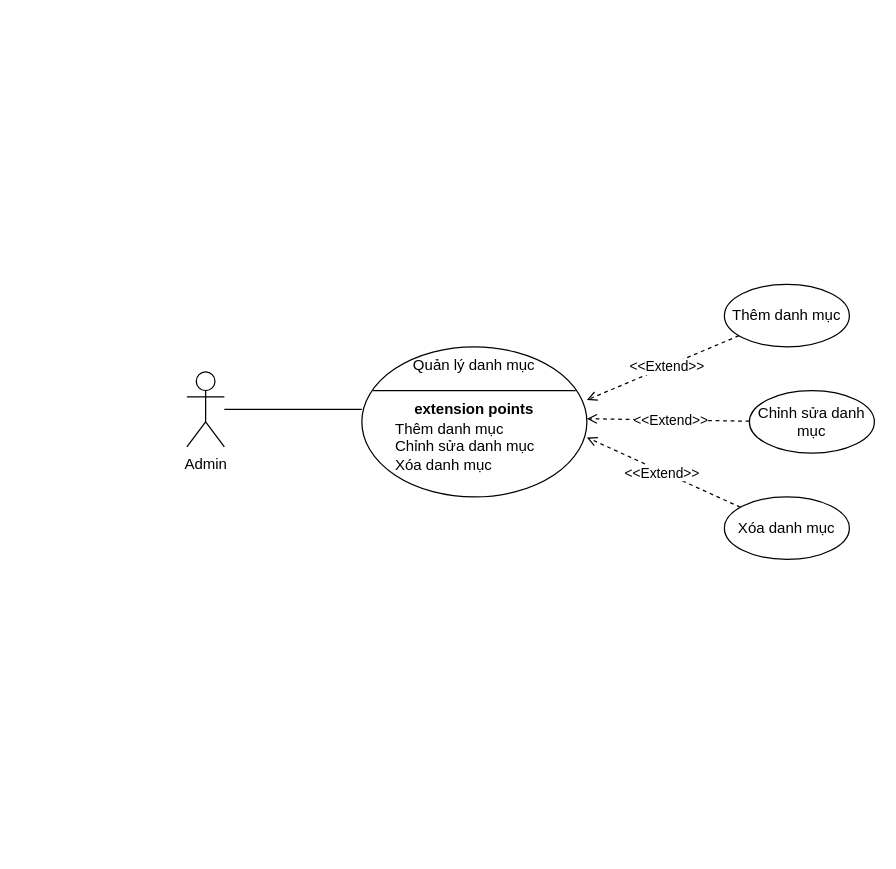
Before: page "QuanLySach-DanhMuc" (5 of 6) of usecase.drawio in QuangHuy2201/FinalProject-Diagrams, a draw.io diagram. Source tidied: cells renumbered, new cells numbered last; positions are measured from the earlier drawing's top-left corner, leaving out a move shared by most shapes. Both pictures are drawn from the tidied source at 125%, with x=0, y=0 at pixel (186, 284).
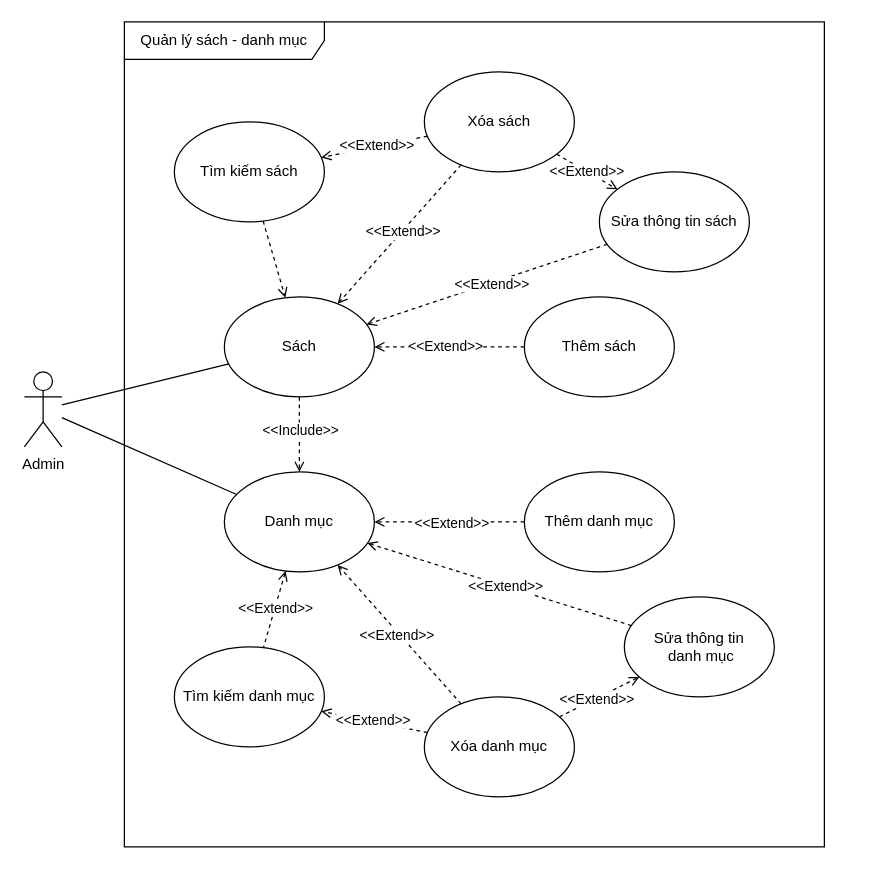
Above is the later version.

Diff of the diagram source:
```diff
@@
-    <mxCell id="2" style="rounded=0;jettySize=auto;html=1;entryX=0;entryY=0.5;entryDx=0;entryDy=0;endArrow=none;endFill=0;" parent="1" edge="1" source="3" target="7">
-      <mxGeometry relative="1" as="geometry" />
-    </mxCell>
     <mxCell id="3" value="Admin" style="shape=umlActor;verticalLabelPosition=bottom;verticalAlign=top;html=1;outlineConnect=0;" parent="1" vertex="1">
-      <mxGeometry y="70" width="30" height="60" as="geometry" />
+      <mxGeometry x="-130" y="70" width="30" height="60" as="geometry" />
     </mxCell>
-    <mxCell id="4" style="shape=ellipse;horizontal=1;html=1;dashed=0;" parent="1" vertex="1">
-      <mxGeometry x="140" y="50" width="180" height="120" as="geometry" />
-    </mxCell>
-    <mxCell id="5" value="Quản lý danh mục" style="html=1;strokeColor=none;fillColor=none;align=center;verticalAlign=middle;whiteSpace=wrap;" parent="4" vertex="1">
-      <mxGeometry width="180" height="30" as="geometry" />
-    </mxCell>
-    <mxCell id="6" style="line;strokeWidth=1;fillColor=none;labelPosition=right;dashed=0;" parent="4" vertex="1">
-      <mxGeometry x="9" y="30" width="162" height="10" as="geometry" />
-    </mxCell>
-    <mxCell id="7" value="extension points" style="text;html=1;align=center;verticalAlign=middle;fillColor=none;strokeColor=none;whiteSpace=wrap;fontStyle=1;" parent="4" vertex="1">
-      <mxGeometry y="35" width="180" height="30" as="geometry" />
-    </mxCell>
-    <mxCell id="8" value="Thêm danh mục&lt;div&gt;Chỉnh sửa danh mục&lt;/div&gt;&lt;div&gt;Xóa danh mục&lt;/div&gt;" style="text;html=1;align=left;verticalAlign=middle;spacingLeft=25;fillColor=none;strokeColor=none;whiteSpace=wrap;" parent="4" vertex="1">
-      <mxGeometry y="65" width="180" height="30" as="geometry" />
-    </mxCell>
-    <mxCell id="9" style="rounded=0;jettySize=auto;html=1;entryX=1;entryY=0.25;entryDx=0;entryDy=0;endArrow=open;endFill=0;dashed=1;" parent="1" edge="1" source="11" target="7">
-      <mxGeometry relative="1" as="geometry" />
-    </mxCell>
-    <mxCell id="10" value="&amp;lt;&amp;lt;Extend&amp;gt;&amp;gt;" style="edgeLabel;html=1;align=center;verticalAlign=middle;" parent="9" vertex="1">
-      <mxGeometry x="-0.04" relative="1" as="geometry" />
-    </mxCell>
+    <mxCell id="18" style="rounded=0;jettySize=auto;html=1;endArrow=none;endFill=0;" parent="1" edge="1" source="21" target="3">
+      <mxGeometry relative="1" as="geometry" />
+    </mxCell>
+    <mxCell id="19" style="rounded=0;jettySize=auto;html=1;dashed=1;endArrow=open;endFill=0;" parent="1" edge="1" source="21" target="25">
+      <mxGeometry relative="1" as="geometry" />
+    </mxCell>
+    <mxCell id="20" value="&amp;lt;&amp;lt;Include&amp;gt;&amp;gt;" style="edgeLabel;html=1;align=center;verticalAlign=middle;" parent="19" vertex="1">
+      <mxGeometry x="-0.13" relative="1" as="geometry" />
+    </mxCell>
+    <mxCell id="21" value="Sách" style="ellipse;whiteSpace=wrap;html=1;" parent="1" vertex="1">
+      <mxGeometry x="30" y="10" width="120" height="80" as="geometry" />
+    </mxCell>
+    <mxCell id="22" style="rounded=0;jettySize=auto;html=1;endArrow=none;endFill=0;" parent="1" edge="1" source="25" target="3">
+      <mxGeometry relative="1" as="geometry" />
+    </mxCell>
+    <mxCell id="23" style="rounded=0;jettySize=auto;html=1;dashed=1;endArrow=none;endFill=0;startArrow=open;startFill=0;" parent="1" edge="1" source="25" target="26">
+      <mxGeometry relative="1" as="geometry" />
+    </mxCell>
+    <mxCell id="24" value="&amp;lt;&amp;lt;Extend&amp;gt;&amp;gt;" style="edgeLabel;html=1;align=center;verticalAlign=middle;" parent="23" vertex="1">
+      <mxGeometry x="-0.05" relative="1" as="geometry" />
+    </mxCell>
+    <mxCell id="25" value="Danh mục" style="ellipse;whiteSpace=wrap;html=1;" parent="1" vertex="1">
+      <mxGeometry x="30" y="150" width="120" height="80" as="geometry" />
+    </mxCell>
+    <mxCell id="26" value="Tìm kiếm danh mục" style="ellipse;whiteSpace=wrap;html=1;" parent="1" vertex="1">
+      <mxGeometry x="-10" y="290" width="120" height="80" as="geometry" />
+    </mxCell>
+    <mxCell id="27" style="rounded=0;jettySize=auto;html=1;dashed=1;endArrow=open;endFill=0;" parent="1" edge="1" source="29" target="25">
+      <mxGeometry relative="1" as="geometry" />
+    </mxCell>
+    <mxCell id="28" value="&amp;lt;&amp;lt;Extend&amp;gt;&amp;gt;" style="edgeLabel;html=1;align=center;verticalAlign=middle;" parent="27" vertex="1">
+      <mxGeometry x="-0.04" relative="1" as="geometry" />
+    </mxCell>
+    <mxCell id="29" value="Sửa thông tin&lt;div&gt;&amp;nbsp;danh mục&lt;/div&gt;" style="ellipse;whiteSpace=wrap;html=1;" parent="1" vertex="1">
+      <mxGeometry x="350" y="250" width="120" height="80" as="geometry" />
+    </mxCell>
+    <mxCell id="30" style="rounded=0;jettySize=auto;html=1;dashed=1;endArrow=open;endFill=0;" parent="1" edge="1" source="17" target="26">
+      <mxGeometry relative="1" as="geometry" />
+    </mxCell>
+    <mxCell id="31" value="&amp;lt;&amp;lt;Extend&amp;gt;&amp;gt;" style="edgeLabel;html=1;align=center;verticalAlign=middle;" parent="30" vertex="1">
+      <mxGeometry x="0.04" y="-1" relative="1" as="geometry" />
+    </mxCell>
+    <mxCell id="32" style="rounded=0;jettySize=auto;html=1;dashed=1;endArrow=open;endFill=0;" parent="1" edge="1" source="17" target="29">
+      <mxGeometry relative="1" as="geometry" />
+    </mxCell>
+    <mxCell id="33" value="&amp;lt;&amp;lt;Extend&amp;gt;&amp;gt;" style="edgeLabel;html=1;align=center;verticalAlign=middle;" parent="32" vertex="1">
+      <mxGeometry x="-0.09" relative="1" as="geometry" />
+    </mxCell>
+    <mxCell id="34" style="rounded=0;jettySize=auto;html=1;dashed=1;endArrow=open;endFill=0;" parent="1" edge="1" source="17" target="25">
+      <mxGeometry relative="1" as="geometry" />
+    </mxCell>
+    <mxCell id="35" value="&amp;lt;&amp;lt;Extend&amp;gt;&amp;gt;" style="edgeLabel;html=1;align=center;verticalAlign=middle;" parent="34" vertex="1">
+      <mxGeometry x="0.02" y="2" relative="1" as="geometry" />
+    </mxCell>
+    <mxCell id="17" value="Xóa danh mục" style="ellipse;whiteSpace=wrap;html=1;" parent="1" vertex="1">
+      <mxGeometry x="190" y="330" width="120" height="80" as="geometry" />
+    </mxCell>
+    <mxCell id="36" style="rounded=0;jettySize=auto;html=1;dashed=1;endArrow=open;endFill=0;" parent="1" edge="1" source="11" target="25">
+      <mxGeometry relative="1" as="geometry" />
+    </mxCell>
+    <mxCell id="37" value="&amp;lt;&amp;lt;Extend&amp;gt;&amp;gt;" style="edgeLabel;html=1;align=center;verticalAlign=middle;" parent="36" vertex="1">
+      <mxGeometry x="-0.02" relative="1" as="geometry" />
+    </mxCell>
     <mxCell id="11" value="Thêm danh mục" style="ellipse;whiteSpace=wrap;html=1;" parent="1" vertex="1">
-      <mxGeometry x="430" width="100" height="50" as="geometry" />
+      <mxGeometry x="270" y="150" width="120" height="80" as="geometry" />
     </mxCell>
-    <mxCell id="12" style="rounded=0;jettySize=auto;html=1;entryX=1;entryY=0.75;entryDx=0;entryDy=0;dashed=1;endArrow=open;endFill=0;" parent="1" edge="1" source="14" target="7">
-      <mxGeometry relative="1" as="geometry" />
-    </mxCell>
-    <mxCell id="13" value="&amp;lt;&amp;lt;Extend&amp;gt;&amp;gt;" style="edgeLabel;html=1;align=center;verticalAlign=middle;" parent="12" vertex="1">
-      <mxGeometry x="-0.02" relative="1" as="geometry" />
-    </mxCell>
-    <mxCell id="14" value="Chỉnh sửa danh mục" style="ellipse;whiteSpace=wrap;html=1;" parent="1" vertex="1">
-      <mxGeometry x="450" y="85" width="100" height="50" as="geometry" />
-    </mxCell>
-    <mxCell id="15" style="rounded=0;jettySize=auto;html=1;entryX=1;entryY=0.25;entryDx=0;entryDy=0;endArrow=open;endFill=0;dashed=1;" parent="1" edge="1" source="17" target="8">
-      <mxGeometry relative="1" as="geometry" />
-    </mxCell>
-    <mxCell id="16" value="&amp;lt;&amp;lt;Extend&amp;gt;&amp;gt;" style="edgeLabel;html=1;align=center;verticalAlign=middle;" parent="15" vertex="1">
-      <mxGeometry x="0.02" y="1" relative="1" as="geometry" />
-    </mxCell>
-    <mxCell id="17" value="Xóa danh mục" style="ellipse;whiteSpace=wrap;html=1;" parent="1" vertex="1">
-      <mxGeometry x="430" y="170" width="100" height="50" as="geometry" />
-    </mxCell>
+    <mxCell id="38" style="rounded=0;jettySize=auto;html=1;dashed=1;endArrow=open;endFill=0;" parent="1" edge="1" source="39" target="21">
+      <mxGeometry relative="1" as="geometry" />
+    </mxCell>
+    <mxCell id="39" value="Tìm kiếm sách" style="ellipse;whiteSpace=wrap;html=1;" parent="1" vertex="1">
+      <mxGeometry x="-10" y="-130" width="120" height="80" as="geometry" />
+    </mxCell>
+    <mxCell id="40" style="rounded=0;jettySize=auto;html=1;dashed=1;endArrow=open;endFill=0;" parent="1" edge="1" source="42" target="21">
+      <mxGeometry relative="1" as="geometry" />
+    </mxCell>
+    <mxCell id="41" value="&amp;lt;&amp;lt;Extend&amp;gt;&amp;gt;" style="edgeLabel;html=1;align=center;verticalAlign=middle;" parent="40" vertex="1">
+      <mxGeometry x="0.06" y="-1" relative="1" as="geometry" />
+    </mxCell>
+    <mxCell id="42" value="Thêm sách" style="ellipse;whiteSpace=wrap;html=1;" parent="1" vertex="1">
+      <mxGeometry x="270" y="10" width="120" height="80" as="geometry" />
+    </mxCell>
+    <mxCell id="43" style="rounded=0;jettySize=auto;html=1;dashed=1;endArrow=open;endFill=0;" parent="1" edge="1" source="45" target="21">
+      <mxGeometry relative="1" as="geometry" />
+    </mxCell>
+    <mxCell id="44" value="&amp;lt;&amp;lt;Extend&amp;gt;&amp;gt;" style="edgeLabel;html=1;align=center;verticalAlign=middle;" parent="43" vertex="1">
+      <mxGeometry x="-0.03" y="1" relative="1" as="geometry" />
+    </mxCell>
+    <mxCell id="45" value="Sửa thông tin sách" style="ellipse;whiteSpace=wrap;html=1;" parent="1" vertex="1">
+      <mxGeometry x="330" y="-90" width="120" height="80" as="geometry" />
+    </mxCell>
+    <mxCell id="46" style="rounded=0;jettySize=auto;html=1;dashed=1;endArrow=open;endFill=0;" parent="1" edge="1" source="51" target="21">
+      <mxGeometry relative="1" as="geometry" />
+    </mxCell>
+    <mxCell id="47" value="&amp;lt;&amp;lt;Extend&amp;gt;&amp;gt;" style="edgeLabel;html=1;align=center;verticalAlign=middle;" parent="46" vertex="1">
+      <mxGeometry x="-0.04" relative="1" as="geometry" />
+    </mxCell>
+    <mxCell id="48" value="&amp;lt;&amp;lt;Extend&amp;gt;&amp;gt;" style="rounded=0;jettySize=auto;html=1;dashed=1;endArrow=open;endFill=0;" parent="1" edge="1" source="51" target="45">
+      <mxGeometry relative="1" as="geometry" />
+    </mxCell>
+    <mxCell id="49" style="rounded=0;jettySize=auto;html=1;endArrow=open;endFill=0;dashed=1;" parent="1" edge="1" source="51" target="39">
+      <mxGeometry relative="1" as="geometry" />
+    </mxCell>
+    <mxCell id="50" value="&amp;lt;&amp;lt;Extend&amp;gt;&amp;gt;" style="edgeLabel;html=1;align=center;verticalAlign=middle;" parent="49" vertex="1">
+      <mxGeometry x="-0.03" y="-1" relative="1" as="geometry" />
+    </mxCell>
+    <mxCell id="51" value="Xóa sách" style="ellipse;whiteSpace=wrap;html=1;" parent="1" vertex="1">
+      <mxGeometry x="190" y="-170" width="120" height="80" as="geometry" />
+    </mxCell>
+    <mxCell id="52" value="Quản lý sách - danh mục" style="shape=umlFrame;whiteSpace=wrap;html=1;width=160;" parent="1" vertex="1">
+      <mxGeometry x="-50" y="-210" width="560" height="660" as="geometry" />
+    </mxCell>
```
